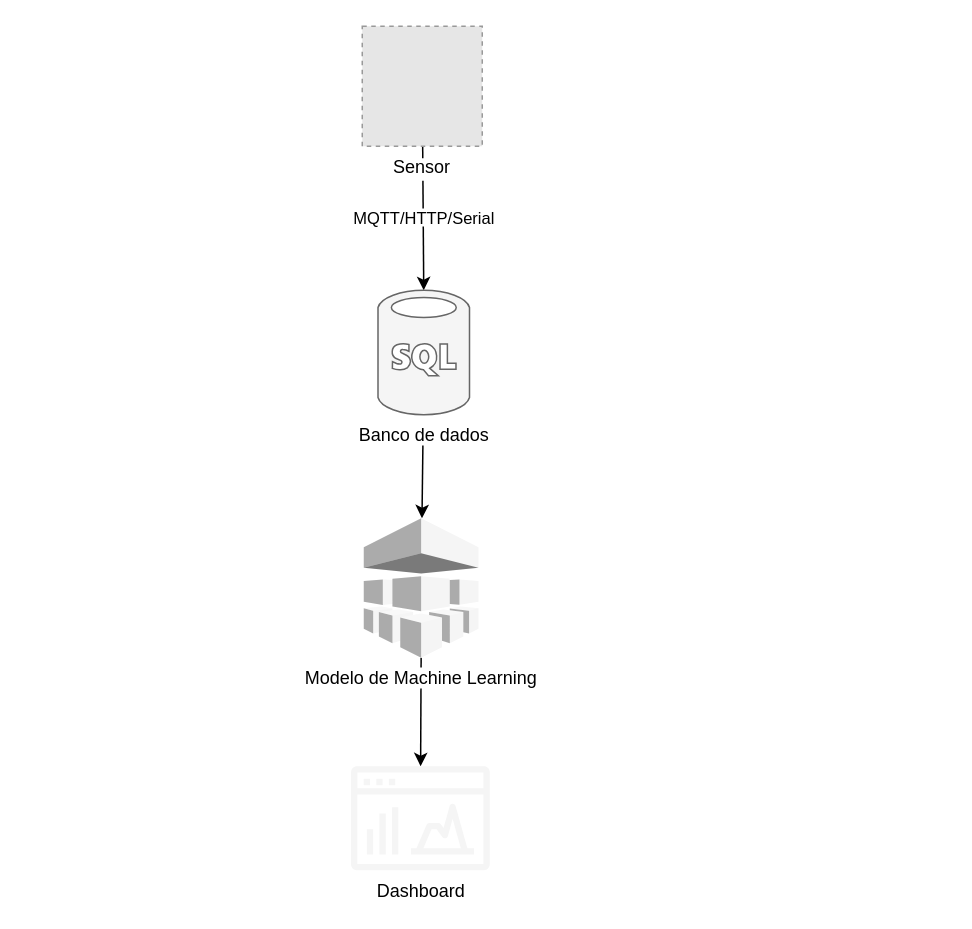
Earlier version of the draw.io diagram docs/arquitetura/reply_arquitetura.drawio (Desafio-Hermes-Reply/Enterprise-Challenge---Sprint-4---Reply). Source tidied: cells renumbered, new cells numbered last; positions are measured from the earlier drawing's top-left corner, leaving out a move shared by most shapes. Both pictures are drawn from the tidied source at 150%, with x=0, y=0 at pixel (350, 26). Pictures stored in the file or linked from it are replaced by grey dashed boxes.
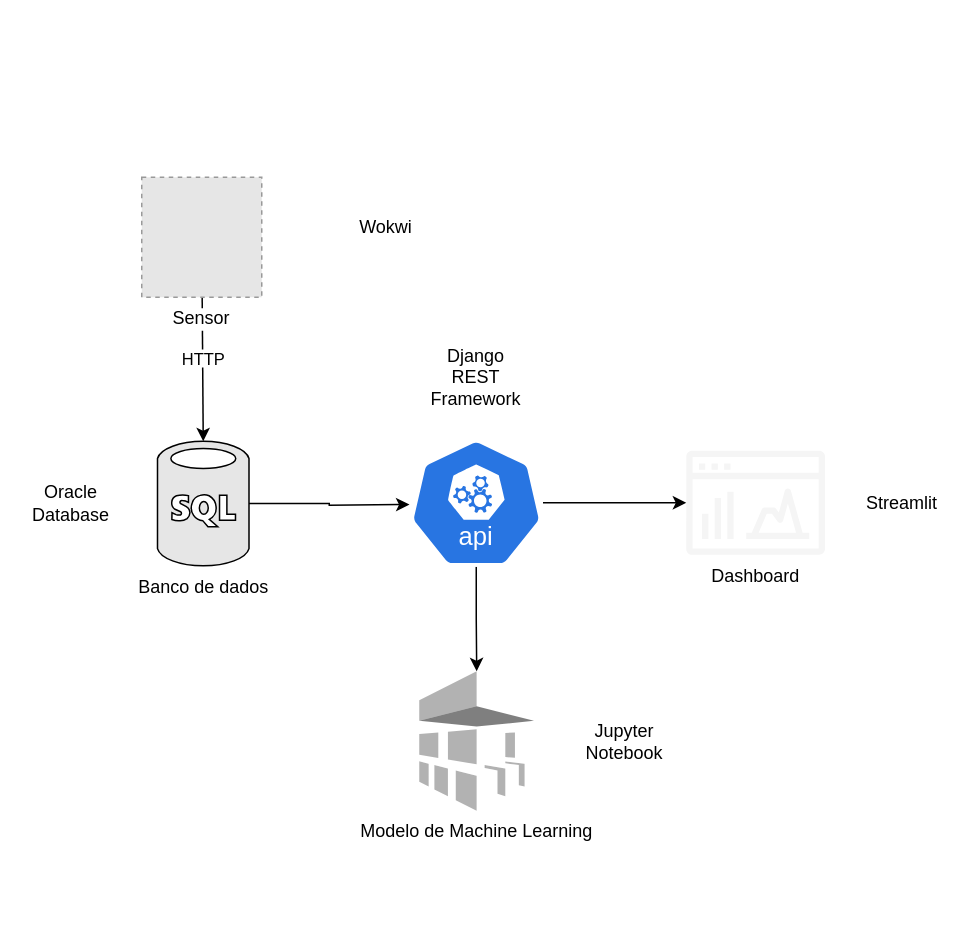
The same diagram, later.

Change to the diagram source:
```diff
@@
 <mxGraphModel>
   <root>
     <mxCell id="0" />
     <mxCell id="1" parent="0" />
-    <mxCell id="2" style="endArrow=classic;html=1;rounded=0;exitX=0.5;exitY=1;exitDx=0;exitDy=0;exitPerimeter=0;" parent="1" edge="1" source="4" target="7">
-      <mxGeometry relative="1" as="geometry" />
-    </mxCell>
-    <mxCell id="3" value="&lt;span style=&quot;background-color: light-dark(#ffffff, var(--ge-dark-color, #121212));&quot;&gt;MQTT/HTTP/Serial&lt;br&gt;&lt;/span&gt;" style="endArrow=classic;html=1;rounded=0;labelBackgroundColor=none;entryX=0.5;entryY=0;entryDx=0;entryDy=0;entryPerimeter=0;" parent="1" edge="1" source="8" target="6">
+    <mxCell id="3" value="&lt;span style=&quot;background-color: light-dark(#ffffff, var(--ge-dark-color, #121212));&quot;&gt;HTTP&lt;/span&gt;&lt;div&gt;&lt;span style=&quot;background-color: rgb(18, 18, 18);&quot;&gt;&lt;br&gt;&lt;/span&gt;&lt;/div&gt;" style="endArrow=classic;html=1;rounded=0;labelBackgroundColor=none;entryX=0.5;entryY=0;entryDx=0;entryDy=0;entryPerimeter=0;" parent="1" edge="1" source="8" target="6">
       <mxGeometry relative="1" as="geometry" />
     </mxCell>
-    <mxCell id="4" value="&lt;span style=&quot;background-color: light-dark(#ffffff, var(--ge-dark-color, #121212));&quot;&gt;&lt;font style=&quot;color: light-dark(rgb(0, 0, 0), rgb(232, 151, 42));&quot;&gt;Modelo de Machine Learning&lt;/font&gt;&lt;/span&gt;" style="outlineConnect=0;dashed=0;verticalLabelPosition=bottom;verticalAlign=top;align=center;html=1;shape=mxgraph.aws3.machine_learning;fillColor=#f5f5f5;fontColor=#333333;strokeColor=#666666;" parent="1" vertex="1">
-      <mxGeometry x="9" y="328" width="76.5" height="93" as="geometry" />
+    <mxCell id="4" value="&lt;span style=&quot;background-color: light-dark(#ffffff, var(--ge-dark-color, #121212));&quot;&gt;&lt;font style=&quot;color: light-dark(rgb(0, 0, 0), rgb(232, 151, 42));&quot;&gt;Modelo de Machine Learning&lt;/font&gt;&lt;/span&gt;" style="outlineConnect=0;dashed=0;verticalLabelPosition=bottom;verticalAlign=top;align=center;html=1;shape=mxgraph.aws3.machine_learning;fillColor=light-dark(#FFFFFF,#B5B5B5);fontColor=#333333;strokeColor=light-dark(#000000,#FFFFFF);" parent="1" vertex="1">
+      <mxGeometry x="46" y="430" width="76.5" height="93" as="geometry" />
     </mxCell>
-    <mxCell id="5" style="endArrow=classic;html=1;rounded=0;" parent="1" edge="1" target="4">
-      <mxGeometry relative="1" as="geometry">
-        <mxPoint x="48.5" y="274" as="sourcePoint" />
-      </mxGeometry>
-    </mxCell>
+    <mxCell id="9" style="edgeStyle=orthogonalEdgeStyle;rounded=0;jettySize=auto;html=1;" parent="1" edge="1" source="6">
+      <mxGeometry relative="1" as="geometry">
+        <mxPoint x="39.5" y="318.8" as="targetPoint" />
+      </mxGeometry>
+    </mxCell>
-    <mxCell id="6" value="&lt;font style=&quot;background-color: light-dark(#ffffff, var(--ge-dark-color, #121212)); color: light-dark(rgb(0, 0, 0), rgb(45, 66, 255));&quot;&gt;Banco de dados&lt;/font&gt;" style="verticalLabelPosition=bottom;html=1;verticalAlign=top;align=center;strokeColor=#666666;fillColor=#f5f5f5;shape=mxgraph.azure.sql_database;fontColor=#333333;" parent="1" vertex="1">
-      <mxGeometry x="18.5" y="176" width="61" height="83" as="geometry" />
+    <mxCell id="6" value="&lt;font style=&quot;background-color: light-dark(#ffffff, var(--ge-dark-color, #121212)); color: light-dark(rgb(0, 0, 0), rgb(45, 66, 255));&quot;&gt;Banco de dados&lt;/font&gt;" style="verticalLabelPosition=bottom;html=1;verticalAlign=top;align=center;strokeColor=light-dark(#000000,#FFFFFF);fillColor=light-dark(#E6E6E6,#FFFFFF);shape=mxgraph.azure.sql_database;fontColor=#333333;" parent="1" vertex="1">
+      <mxGeometry x="-128.5" y="276.7" width="61" height="83" as="geometry" />
     </mxCell>
-    <mxCell id="7" value="&lt;span style=&quot;background-color: light-dark(#ffffff, var(--ge-dark-color, #121212));&quot;&gt;&lt;font style=&quot;color: light-dark(rgb(0, 0, 0), rgb(51, 230, 52));&quot;&gt;Dashboard&lt;/font&gt;&lt;/span&gt;" style="sketch=0;outlineConnect=0;fontColor=#333333;fillColor=#f5f5f5;strokeColor=#666666;dashed=0;verticalLabelPosition=bottom;verticalAlign=top;align=center;html=1;fontSize=12;fontStyle=0;shape=mxgraph.aws4.opensearch_dashboards;" parent="1" vertex="1">
-      <mxGeometry x="0.5" y="493" width="92.5" height="70" as="geometry" />
+    <mxCell id="7" value="&lt;span style=&quot;background-color: light-dark(#ffffff, var(--ge-dark-color, #121212));&quot;&gt;&lt;font style=&quot;color: light-dark(rgb(0, 0, 0), rgb(51, 230, 52));&quot;&gt;Dashboard&lt;/font&gt;&lt;/span&gt;" style="sketch=0;outlineConnect=0;fontColor=#333333;fillColor=light-dark(#F5F5F5,#E6E6E6);strokeColor=light-dark(#000000,#FFFFFF);dashed=0;verticalLabelPosition=bottom;verticalAlign=top;align=center;html=1;fontSize=12;fontStyle=0;shape=mxgraph.aws4.opensearch_dashboards;" parent="1" vertex="1">
+      <mxGeometry x="224" y="282.7" width="92.5" height="70" as="geometry" />
     </mxCell>
     <mxCell id="8" value="Sensor" style="fillColor=#E6E6E6;strokeColor=#999999;dashed=1;verticalLabelPosition=bottom;labelBackgroundColor=default;verticalAlign=top;fontColor=light-dark(#000000,#E03636);" parent="1" vertex="1">
-      <mxGeometry x="8" width="80" height="80" as="geometry" />
+      <mxGeometry x="-139" y="100.7" width="80" height="80" as="geometry" />
     </mxCell>
+    <mxCell id="10" value="Streamlit" style="text;html=1;align=center;verticalAlign=middle;whiteSpace=wrap;rounded=0;" parent="1" vertex="1">
+      <mxGeometry x="337.5" y="302.7" width="60" height="30" as="geometry" />
+    </mxCell>
+    <mxCell id="11" value="Oracle Database" style="text;html=1;align=center;verticalAlign=middle;whiteSpace=wrap;rounded=0;" parent="1" vertex="1">
+      <mxGeometry x="-216.5" y="303.4" width="60" height="30" as="geometry" />
+    </mxCell>
+    <mxCell id="12" value="Jupy&lt;span style=&quot;background-color: transparent; color: light-dark(rgb(0, 0, 0), rgb(255, 255, 255));&quot;&gt;ter Notebook&lt;/span&gt;" style="text;html=1;align=center;verticalAlign=middle;whiteSpace=wrap;rounded=0;" parent="1" vertex="1">
+      <mxGeometry x="153" y="461.5" width="60" height="30" as="geometry" />
+    </mxCell>
+    <mxCell id="13" value="Wokwi" style="text;html=1;align=center;verticalAlign=middle;whiteSpace=wrap;rounded=0;" parent="1" vertex="1">
+      <mxGeometry x="-6" y="118.7" width="60" height="30" as="geometry" />
+    </mxCell>
+    <mxCell id="14" style="edgeStyle=orthogonalEdgeStyle;rounded=0;jettySize=auto;html=1;" parent="1" edge="1" source="16" target="7">
+      <mxGeometry relative="1" as="geometry" />
+    </mxCell>
+    <mxCell id="15" style="edgeStyle=orthogonalEdgeStyle;rounded=0;jettySize=auto;html=1;" parent="1" edge="1" source="16" target="4">
+      <mxGeometry relative="1" as="geometry" />
+    </mxCell>
+    <mxCell id="16" style="sketch=0;html=1;dashed=0;whitespace=wrap;verticalLabelPosition=bottom;verticalAlign=top;fillColor=light-dark(#2875E2,#F5F5F5);strokeColor=#ffffff;points=[[0.005,0.63,0],[0.1,0.2,0],[0.9,0.2,0],[0.5,0,0],[0.995,0.63,0],[0.72,0.99,0],[0.5,1,0],[0.28,0.99,0]];shape=mxgraph.kubernetes.icon2;kubernetesLabel=1;prIcon=api;" parent="1" vertex="1">
+      <mxGeometry x="39.5" y="275" width="89" height="85.4" as="geometry" />
+    </mxCell>
+    <mxCell id="17" value="Django REST Framework" style="text;html=1;align=center;verticalAlign=middle;whiteSpace=wrap;rounded=0;" parent="1" vertex="1">
+      <mxGeometry x="54" y="219" width="60" height="30" as="geometry" />
+    </mxCell>
   </root>
 </mxGraphModel>
```
